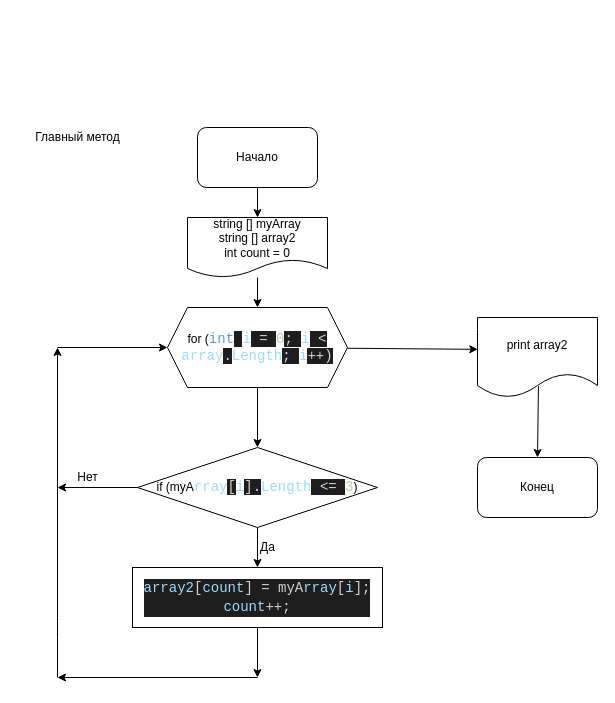
This is Algo.drawio from JuliaBabina/Final-work-block1, a draw.io file, before an edit. Source tidied: cells renumbered, new cells numbered last; positions are measured from the earlier drawing's top-left corner, leaving out a move shared by most shapes. Both pictures are drawn from the tidied source at 100%, with x=0, y=0 at pixel (27, 127).
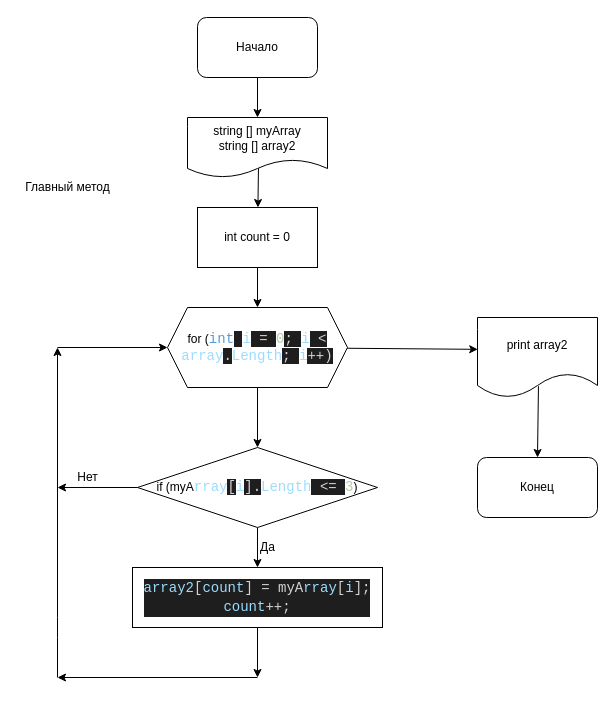
Above is the later version.

Commit message:
add algo full

Unchanged cells that the change refers to:
```xml
<mxCell id="6" value="for (&lt;span style=&quot;font-family: &amp;#34;consolas&amp;#34; , &amp;#34;courier new&amp;#34; , monospace ; font-size: 14px ; color: rgb(86 , 156 , 214)&quot;&gt;int&lt;/span&gt;&lt;span style=&quot;background-color: rgb(30 , 30 , 30) ; color: rgb(212 , 212 , 212) ; font-family: &amp;#34;consolas&amp;#34; , &amp;#34;courier new&amp;#34; , monospace ; font-size: 14px&quot;&gt; &lt;/span&gt;&lt;span style=&quot;font-family: &amp;#34;consolas&amp;#34; , &amp;#34;courier new&amp;#34; , monospace ; font-size: 14px ; color: rgb(156 , 220 , 254)&quot;&gt;i&lt;/span&gt;&lt;span style=&quot;background-color: rgb(30 , 30 , 30) ; color: rgb(212 , 212 , 212) ; font-family: &amp;#34;consolas&amp;#34; , &amp;#34;courier new&amp;#34; , monospace ; font-size: 14px&quot;&gt; &lt;/span&gt;&lt;span style=&quot;background-color: rgb(30 , 30 , 30) ; color: rgb(212 , 212 , 212) ; font-family: &amp;#34;consolas&amp;#34; , &amp;#34;courier new&amp;#34; , monospace ; font-size: 14px&quot;&gt;=&lt;/span&gt;&lt;span style=&quot;background-color: rgb(30 , 30 , 30) ; color: rgb(212 , 212 , 212) ; font-family: &amp;#34;consolas&amp;#34; , &amp;#34;courier new&amp;#34; , monospace ; font-size: 14px&quot;&gt; &lt;/span&gt;&lt;span style=&quot;font-family: &amp;#34;consolas&amp;#34; , &amp;#34;courier new&amp;#34; , monospace ; font-size: 14px ; color: rgb(181 , 206 , 168)&quot;&gt;0&lt;/span&gt;&lt;span style=&quot;background-color: rgb(30 , 30 , 30) ; color: rgb(212 , 212 , 212) ; font-family: &amp;#34;consolas&amp;#34; , &amp;#34;courier new&amp;#34; , monospace ; font-size: 14px&quot;&gt;; &lt;/span&gt;&lt;span style=&quot;font-family: &amp;#34;consolas&amp;#34; , &amp;#34;courier new&amp;#34; , monospace ; font-size: 14px ; color: rgb(156 , 220 , 254)&quot;&gt;i&lt;/span&gt;&lt;span style=&quot;background-color: rgb(30 , 30 , 30) ; color: rgb(212 , 212 , 212) ; font-family: &amp;#34;consolas&amp;#34; , &amp;#34;courier new&amp;#34; , monospace ; font-size: 14px&quot;&gt; &lt;/span&gt;&lt;span style=&quot;background-color: rgb(30 , 30 , 30) ; color: rgb(212 , 212 , 212) ; font-family: &amp;#34;consolas&amp;#34; , &amp;#34;courier new&amp;#34; , monospace ; font-size: 14px&quot;&gt;&amp;lt;&lt;/span&gt;&lt;span style=&quot;background-color: rgb(30 , 30 , 30) ; color: rgb(212 , 212 , 212) ; font-family: &amp;#34;consolas&amp;#34; , &amp;#34;courier new&amp;#34; , monospace ; font-size: 14px&quot;&gt; &lt;/span&gt;&lt;span style=&quot;font-family: &amp;#34;consolas&amp;#34; , &amp;#34;courier new&amp;#34; , monospace ; font-size: 14px ; color: rgb(156 , 220 , 254)&quot;&gt;array&lt;/span&gt;&lt;span style=&quot;background-color: rgb(30 , 30 , 30) ; color: rgb(212 , 212 , 212) ; font-family: &amp;#34;consolas&amp;#34; , &amp;#34;courier new&amp;#34; , monospace ; font-size: 14px&quot;&gt;.&lt;/span&gt;&lt;span style=&quot;font-family: &amp;#34;consolas&amp;#34; , &amp;#34;courier new&amp;#34; , monospace ; font-size: 14px ; color: rgb(156 , 220 , 254)&quot;&gt;Length&lt;/span&gt;&lt;span style=&quot;background-color: rgb(30 , 30 , 30) ; color: rgb(212 , 212 , 212) ; font-family: &amp;#34;consolas&amp;#34; , &amp;#34;courier new&amp;#34; , monospace ; font-size: 14px&quot;&gt;; &lt;/span&gt;&lt;span style=&quot;font-family: &amp;#34;consolas&amp;#34; , &amp;#34;courier new&amp;#34; , monospace ; font-size: 14px ; color: rgb(156 , 220 , 254)&quot;&gt;i&lt;/span&gt;&lt;span style=&quot;background-color: rgb(30 , 30 , 30) ; color: rgb(212 , 212 , 212) ; font-family: &amp;#34;consolas&amp;#34; , &amp;#34;courier new&amp;#34; , monospace ; font-size: 14px&quot;&gt;++&lt;/span&gt;&lt;span style=&quot;background-color: rgb(30 , 30 , 30) ; color: rgb(212 , 212 , 212) ; font-family: &amp;#34;consolas&amp;#34; , &amp;#34;courier new&amp;#34; , monospace ; font-size: 14px&quot;&gt;)&lt;/span&gt;" style="shape=hexagon;perimeter=hexagonPerimeter2;whiteSpace=wrap;html=1;fixedSize=1;" parent="1" vertex="1">
  <mxGeometry x="140" y="180" width="180" height="80" as="geometry" />
</mxCell>
```

Diff of the diagram source:
```diff
@@
     <mxCell id="3" value="Начало&lt;br&gt;" style="rounded=1;whiteSpace=wrap;html=1;" parent="1" vertex="1">
-      <mxGeometry x="170" width="120" height="60" as="geometry" />
+      <mxGeometry x="170" y="-110" width="120" height="60" as="geometry" />
     </mxCell>
@@
-    <mxCell id="21" style="edgeStyle=none;html=1;" parent="1" edge="1" source="22" target="6">
-      <mxGeometry relative="1" as="geometry" />
-    </mxCell>
+    <mxCell id="24" style="edgeStyle=none;html=1;exitX=0.507;exitY=0.833;exitDx=0;exitDy=0;exitPerimeter=0;" parent="1" edge="1" source="22" target="26">
+      <mxGeometry relative="1" as="geometry" />
+    </mxCell>
-    <mxCell id="22" value="string [] myArray&lt;br&gt;string [] array2&lt;br&gt;int count = 0" style="shape=document;whiteSpace=wrap;html=1;boundedLbl=1;" parent="1" vertex="1">
-      <mxGeometry x="160" y="90" width="140" height="60" as="geometry" />
+    <mxCell id="22" value="string [] myArray&lt;br&gt;string [] array2" style="shape=document;whiteSpace=wrap;html=1;boundedLbl=1;" parent="1" vertex="1">
+      <mxGeometry x="160" y="-10" width="140" height="60" as="geometry" />
     </mxCell>
     <mxCell id="23" value="Главный метод" style="text;html=1;align=center;verticalAlign=middle;strokeColor=none;fillColor=none;" parent="1" vertex="1">
-      <mxGeometry width="100" height="20" as="geometry" />
+      <mxGeometry x="-10" y="50" width="100" height="20" as="geometry" />
     </mxCell>
+    <mxCell id="25" style="edgeStyle=none;html=1;" parent="1" edge="1" source="26" target="6">
+      <mxGeometry relative="1" as="geometry" />
+    </mxCell>
+    <mxCell id="26" value="int count = 0" style="rounded=0;whiteSpace=wrap;html=1;" parent="1" vertex="1">
+      <mxGeometry x="170" y="80" width="120" height="60" as="geometry" />
+    </mxCell>
```
